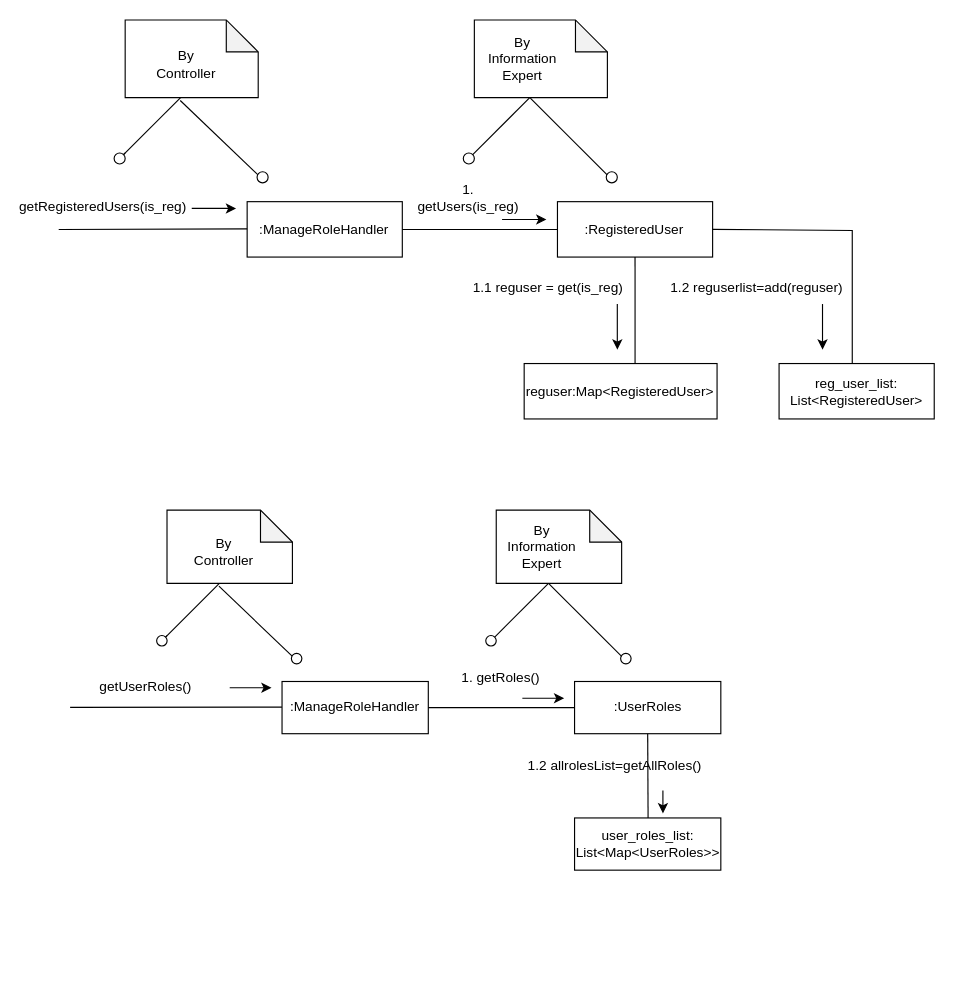
This is page "Page-1" (1 of 3) of operation_diagram_1.drawio from jonamadk/DrawIO, a draw.io file, before an edit. Source tidied: cells renumbered, new cells numbered last; positions are measured from the earlier drawing's top-left corner, leaving out a move shared by most shapes. Both pictures are drawn from the tidied source at 114%, with x=0, y=0 at pixel (58, 19).
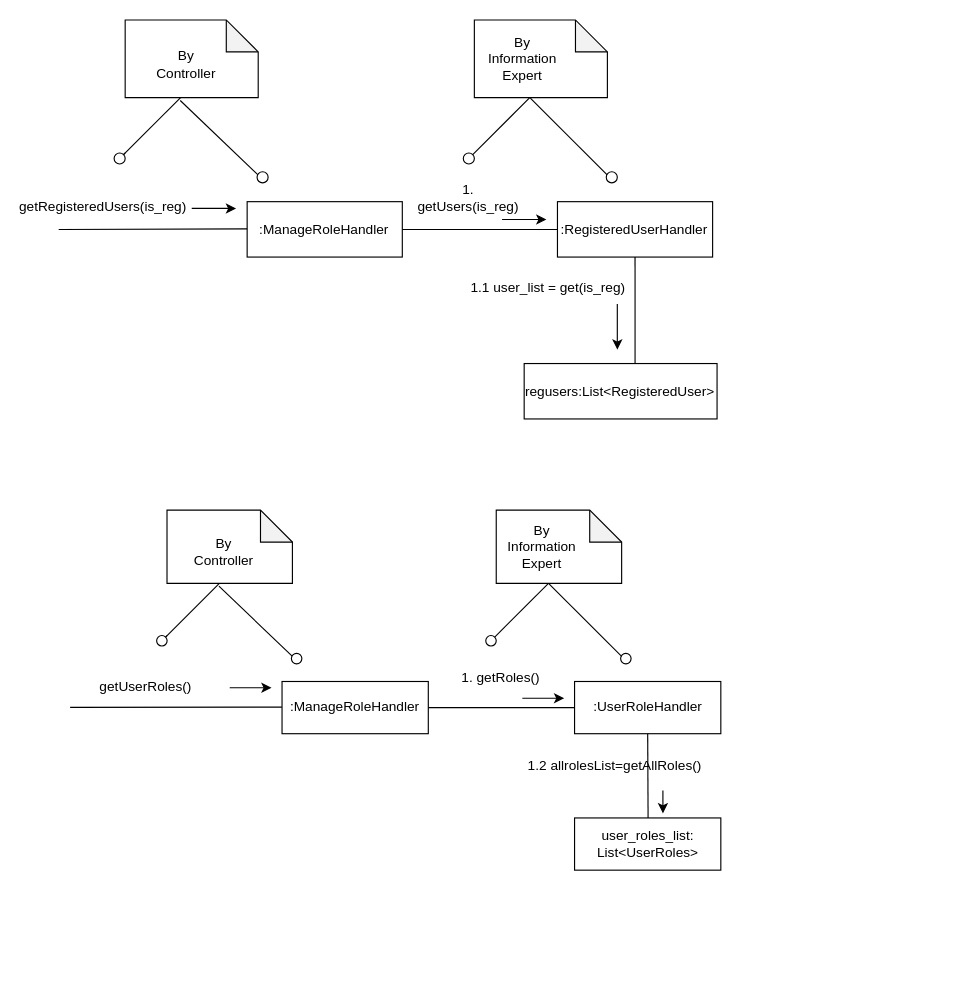
The same page after the edit.

The change refers to these unchanged cells:
```xml
<mxCell id="2" style="group;" parent="1" vertex="1">
  <mxGeometry width="768.1" height="350" as="geometry" />
</mxCell>
<mxCell id="34" style="group;" parent="32" vertex="1">
  <mxGeometry x="9.2" width="531.7" height="398.3" as="geometry" />
</mxCell>
```

What changed in the source:
```diff
@@
-    <mxCell id="5" value=":RegisteredUser" style="html=1;whiteSpace=wrap;" parent="2" vertex="1">
+    <mxCell id="5" value=":RegisteredUserHandler" style="html=1;whiteSpace=wrap;" parent="2" vertex="1">
       <mxGeometry x="437.5" y="159.4" width="136.1" height="48.6" as="geometry" />
     </mxCell>
@@
-    <mxCell id="18" value="1.1 reguser = get(is_reg)" style="text;html=1;align=center;verticalAlign=middle;whiteSpace=wrap;rounded=0;" parent="2" vertex="1">
+    <mxCell id="18" value="1.1 user_list = get(is_reg)" style="text;html=1;align=center;verticalAlign=middle;whiteSpace=wrap;rounded=0;" parent="2" vertex="1">
       <mxGeometry x="347" y="220" width="165.3" height="29.2" as="geometry" />
     </mxCell>
@@
-    <mxCell id="25" value="reguser:Map&amp;lt;RegisteredUser&amp;gt;" style="html=1;whiteSpace=wrap;" parent="2" vertex="1">
+    <mxCell id="25" value="regusers:List&amp;lt;RegisteredUser&amp;gt;" style="html=1;whiteSpace=wrap;" parent="2" vertex="1">
       <mxGeometry x="408.3" y="301.4" width="169.2" height="48.6" as="geometry" />
     </mxCell>
@@
-    <mxCell id="27" style="endArrow=none;html=1;rounded=0;entryX=1;entryY=0.5;entryDx=0;entryDy=0;" parent="2" edge="1" target="5">
-      <mxGeometry relative="1" as="geometry">
-        <mxPoint x="696.1" y="301.4" as="sourcePoint" />
-        <Array as="points">
-          <mxPoint x="696.1" y="184.7" />
-        </Array>
-      </mxGeometry>
-    </mxCell>
-    <mxCell id="28" value="reg_user_list: List&amp;lt;RegisteredUser&amp;gt;" style="html=1;whiteSpace=wrap;" parent="2" vertex="1">
-      <mxGeometry x="631.9" y="301.4" width="136.1" height="48.6" as="geometry" />
-    </mxCell>
-    <mxCell id="29" value="1.2 reguserlist=add(reguser)" style="text;html=1;align=center;verticalAlign=middle;whiteSpace=wrap;rounded=0;" parent="2" vertex="1">
-      <mxGeometry x="530" y="220" width="165.3" height="29.2" as="geometry" />
-    </mxCell>
-    <mxCell id="30" style="endArrow=classic;html=1;rounded=0;" parent="2" edge="1">
-      <mxGeometry relative="1" as="geometry">
-        <mxPoint x="670" y="249.2" as="sourcePoint" />
-        <mxPoint x="670" y="289.2" as="targetPoint" />
-      </mxGeometry>
-    </mxCell>
@@
-    <mxCell id="36" value=":UserRoles" style="html=1;whiteSpace=wrap;" parent="34" vertex="1">
+    <mxCell id="36" value=":UserRoleHandler" style="html=1;whiteSpace=wrap;" parent="34" vertex="1">
       <mxGeometry x="403.3" y="150.3" width="128.3" height="45.8" as="geometry" />
     </mxCell>
@@
-    <mxCell id="51" value="user_roles_list: List&amp;lt;Map&amp;lt;UserRoles&amp;gt;&amp;gt;" style="html=1;whiteSpace=wrap;" parent="34" vertex="1">
+    <mxCell id="51" value="user_roles_list: List&amp;lt;UserRoles&amp;gt;" style="html=1;whiteSpace=wrap;" parent="34" vertex="1">
       <mxGeometry x="403.3" y="270" width="128.3" height="45.8" as="geometry" />
     </mxCell>
```
